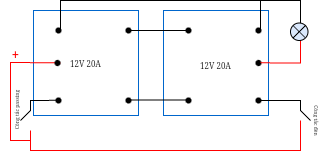
The draw.io diagram Biểu đồ không có tiêu đề.drawio.png in Manh-vietnamese/ddos, before a commit. Source tidied: cells renumbered, new cells last; positions are measured from the earlier drawing's top-left corner, leaving out a move shared by most shapes.
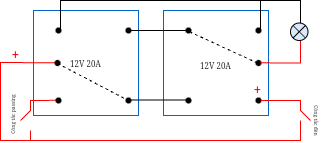
The same diagram one commit later.

Diff of the diagram source:
```diff
@@ -2,142 +2,163 @@
   <root>
     <mxCell id="0" />
     <mxCell id="1" parent="0" />
+    <mxCell id="29" style="group;" parent="1" vertex="1">
+      <mxGeometry x="-348" y="10" width="320" height="141.5" as="geometry" />
+    </mxCell>
-    <mxCell id="2" value="&lt;span style=&quot;font-size: 8px; font-family: &amp;quot;Times New Roman&amp;quot;; background-color: initial;&quot;&gt;12V 20A&lt;/span&gt;" style="whiteSpace=wrap;html=1;labelBackgroundColor=none;strokeColor=#0066CC;" parent="1" vertex="1">
-      <mxGeometry x="45" y="10" width="105" height="105" as="geometry" />
+    <mxCell id="2" value="&lt;span style=&quot;font-size: 8px; font-family: &amp;quot;Times New Roman&amp;quot;; background-color: initial;&quot;&gt;12V 20A&lt;/span&gt;" style="whiteSpace=wrap;html=1;labelBackgroundColor=none;strokeColor=#0066CC;" parent="29" vertex="1">
+      <mxGeometry x="33" y="10" width="105" height="105" as="geometry" />
     </mxCell>
-    <mxCell id="3" style="shape=waypoint;sketch=0;fillStyle=solid;size=6;points=[];fillColor=none;perimeter=centerPerimeter;snapToPoint=1;labelBackgroundColor=none;" parent="1" vertex="1">
-      <mxGeometry x="130" y="20" width="20" height="20" as="geometry" />
+    <mxCell id="3" style="shape=waypoint;sketch=0;fillStyle=solid;size=6;points=[];fillColor=none;perimeter=centerPerimeter;snapToPoint=1;labelBackgroundColor=none;" parent="29" vertex="1">
+      <mxGeometry x="118" y="20" width="20" height="20" as="geometry" />
     </mxCell>
-    <mxCell id="4" style="shape=waypoint;sketch=0;fillStyle=solid;size=6;fillColor=none;perimeter=centerPerimeter;labelBackgroundColor=none;" parent="1" vertex="1">
-      <mxGeometry x="60" y="20" width="20" height="20" as="geometry" />
+    <mxCell id="4" style="shape=waypoint;sketch=0;fillStyle=solid;size=6;fillColor=none;perimeter=centerPerimeter;labelBackgroundColor=none;" parent="29" vertex="1">
+      <mxGeometry x="48" y="20" width="20" height="20" as="geometry" />
     </mxCell>
-    <mxCell id="5" style="shape=waypoint;sketch=0;size=6;fillColor=none;perimeter=centerPerimeter;labelBackgroundColor=none;" parent="1" vertex="1">
-      <mxGeometry x="130" y="90" width="20" height="20" as="geometry" />
+    <mxCell id="5" style="shape=waypoint;sketch=0;size=6;fillColor=none;perimeter=centerPerimeter;labelBackgroundColor=none;" parent="29" vertex="1">
+      <mxGeometry x="118" y="90" width="20" height="20" as="geometry" />
     </mxCell>
-    <mxCell id="6" value="&lt;h4&gt;&lt;/h4&gt;&lt;h1&gt;&lt;pre&gt;&lt;h6&gt;&lt;p&gt;&lt;/p&gt;&lt;p style=&quot;&quot;&gt;&lt;span style=&quot;font-size: 8px; font-weight: normal; font-family: &amp;quot;Times New Roman&amp;quot;; background-color: initial; white-space: normal;&quot;&gt;12V 20A&lt;/span&gt;&lt;br&gt;&lt;/p&gt;&lt;p&gt;&lt;/p&gt;&lt;/h6&gt;&lt;/pre&gt;&lt;/h1&gt;" style="whiteSpace=wrap;html=1;labelBackgroundColor=none;fillColor=default;strokeColor=#0066CC;" parent="1" vertex="1">
-      <mxGeometry x="175" y="10" width="105" height="105" as="geometry" />
+    <mxCell id="6" value="&lt;h4&gt;&lt;/h4&gt;&lt;h1&gt;&lt;pre&gt;&lt;h6&gt;&lt;p&gt;&lt;/p&gt;&lt;p style=&quot;&quot;&gt;&lt;span style=&quot;font-size: 8px; font-weight: normal; font-family: &amp;quot;Times New Roman&amp;quot;; background-color: initial; white-space: normal;&quot;&gt;12V 20A&lt;/span&gt;&lt;br&gt;&lt;/p&gt;&lt;p&gt;&lt;/p&gt;&lt;/h6&gt;&lt;/pre&gt;&lt;/h1&gt;" style="whiteSpace=wrap;html=1;labelBackgroundColor=none;fillColor=default;strokeColor=#0066CC;" parent="29" vertex="1">
+      <mxGeometry x="163" y="10" width="105" height="105" as="geometry" />
     </mxCell>
-    <mxCell id="7" style="shape=waypoint;sketch=0;fillStyle=solid;size=6;fillColor=none;perimeter=centerPerimeter;labelBackgroundColor=none;" parent="1" vertex="1">
-      <mxGeometry x="260" y="20" width="20" height="20" as="geometry" />
+    <mxCell id="7" style="shape=waypoint;sketch=0;fillStyle=solid;size=6;fillColor=none;perimeter=centerPerimeter;labelBackgroundColor=none;" parent="29" vertex="1">
+      <mxGeometry x="248" y="20" width="20" height="20" as="geometry" />
     </mxCell>
-    <mxCell id="8" style="shape=waypoint;sketch=0;fillStyle=solid;size=6;points=[];fillColor=none;perimeter=centerPerimeter;snapToPoint=1;labelBackgroundColor=none;" parent="1" vertex="1">
-      <mxGeometry x="190" y="20" width="20" height="20" as="geometry" />
+    <mxCell id="8" style="shape=waypoint;sketch=0;fillStyle=solid;size=6;points=[];fillColor=none;perimeter=centerPerimeter;snapToPoint=1;labelBackgroundColor=none;" parent="29" vertex="1">
+      <mxGeometry x="178" y="20" width="20" height="20" as="geometry" />
     </mxCell>
-    <mxCell id="9" style="shape=waypoint;sketch=0;size=6;fillColor=none;perimeter=centerPerimeter;labelBackgroundColor=none;" parent="1" vertex="1">
-      <mxGeometry x="190" y="90" width="20" height="20" as="geometry" />
+    <mxCell id="9" style="shape=waypoint;sketch=0;size=6;fillColor=none;perimeter=centerPerimeter;labelBackgroundColor=none;" parent="29" vertex="1">
+      <mxGeometry x="178" y="90" width="20" height="20" as="geometry" />
     </mxCell>
-    <mxCell id="10" style="shape=waypoint;sketch=0;size=6;fillColor=none;perimeter=centerPerimeter;labelBackgroundColor=none;" parent="1" vertex="1">
-      <mxGeometry x="260" y="90" width="20" height="20" as="geometry" />
+    <mxCell id="10" style="shape=waypoint;sketch=0;size=6;fillColor=none;perimeter=centerPerimeter;labelBackgroundColor=none;" parent="29" vertex="1">
+      <mxGeometry x="248" y="90" width="20" height="20" as="geometry" />
     </mxCell>
-    <mxCell id="11" style="shape=waypoint;sketch=0;size=6;fillColor=none;perimeter=centerPerimeter;labelBackgroundColor=none;" parent="1" vertex="1">
-      <mxGeometry x="260" y="52.5" width="20" height="20" as="geometry" />
+    <mxCell id="11" style="shape=waypoint;sketch=0;size=6;fillColor=none;perimeter=centerPerimeter;labelBackgroundColor=none;" parent="29" vertex="1">
+      <mxGeometry x="248" y="52.5" width="20" height="20" as="geometry" />
     </mxCell>
-    <mxCell id="12" style="endArrow=none;html=1;rounded=0;exitX=0.1;exitY=0.5;exitDx=0;exitDy=0;exitPerimeter=0;entryX=0.1;entryY=0.5;entryDx=0;entryDy=0;entryPerimeter=0;strokeColor=#000000;" parent="1" edge="1" source="3" target="8">
+    <mxCell id="12" style="endArrow=none;html=1;rounded=0;exitX=0.1;exitY=0.5;exitDx=0;exitDy=0;exitPerimeter=0;entryX=0.1;entryY=0.5;entryDx=0;entryDy=0;entryPerimeter=0;strokeColor=#000000;" parent="29" edge="1" source="3" target="8">
       <mxGeometry relative="1" as="geometry">
         <Array as="points">
-          <mxPoint x="172" y="30" />
+          <mxPoint x="160" y="30" />
         </Array>
       </mxGeometry>
     </mxCell>
-    <mxCell id="13" style="endArrow=none;html=1;rounded=0;exitX=0.1;exitY=0.5;exitDx=0;exitDy=0;exitPerimeter=0;entryX=0.1;entryY=0.5;entryDx=0;entryDy=0;entryPerimeter=0;strokeColor=#000000;" parent="1" edge="1">
+    <mxCell id="13" style="endArrow=none;html=1;rounded=0;exitX=0.1;exitY=0.5;exitDx=0;exitDy=0;exitPerimeter=0;entryX=0.1;entryY=0.5;entryDx=0;entryDy=0;entryPerimeter=0;strokeColor=#000000;" parent="29" edge="1">
       <mxGeometry relative="1" as="geometry">
-        <mxPoint x="142" y="99.6" as="sourcePoint" />
-        <mxPoint x="202" y="99.6" as="targetPoint" />
+        <mxPoint x="130" y="99.6" as="sourcePoint" />
+        <mxPoint x="190" y="99.6" as="targetPoint" />
         <Array as="points">
-          <mxPoint x="174" y="99.6" />
+          <mxPoint x="162" y="99.6" />
         </Array>
       </mxGeometry>
     </mxCell>
-    <mxCell id="14" style="endArrow=none;html=1;rounded=0;strokeColor=#FF0000;" parent="1" edge="1">
+    <mxCell id="14" style="endArrow=none;html=1;rounded=0;strokeColor=#FF0000;" parent="29" edge="1">
       <mxGeometry relative="1" as="geometry">
-        <mxPoint x="272" y="62.3" as="sourcePoint" />
-        <mxPoint x="312" y="40" as="targetPoint" />
+        <mxPoint x="260" y="62.3" as="sourcePoint" />
+        <mxPoint x="300" y="40" as="targetPoint" />
         <Array as="points">
-          <mxPoint x="312" y="62.5" />
+          <mxPoint x="300" y="62.5" />
         </Array>
       </mxGeometry>
     </mxCell>
-    <mxCell id="15" style="endArrow=none;html=1;rounded=0;" parent="1" edge="1">
+    <mxCell id="15" style="endArrow=none;html=1;rounded=0;" parent="29" edge="1">
       <mxGeometry relative="1" as="geometry">
-        <mxPoint x="72" y="30" as="sourcePoint" />
-        <mxPoint x="312" y="30" as="targetPoint" />
+        <mxPoint x="60" y="30" as="sourcePoint" />
+        <mxPoint x="300" y="30" as="targetPoint" />
         <Array as="points">
-          <mxPoint x="72" />
-          <mxPoint x="282" />
-          <mxPoint x="312" />
-          <mxPoint x="312" y="20" />
+          <mxPoint x="60" />
+          <mxPoint x="270" />
+          <mxPoint x="300" />
+          <mxPoint x="300" y="20" />
         </Array>
       </mxGeometry>
     </mxCell>
-    <mxCell id="16" style="endArrow=none;html=1;rounded=0;" parent="1" edge="1">
+    <mxCell id="16" style="endArrow=none;html=1;rounded=0;" parent="29" edge="1">
       <mxGeometry relative="1" as="geometry">
-        <mxPoint x="272" as="sourcePoint" />
-        <mxPoint x="272" y="30" as="targetPoint" />
+        <mxPoint x="260" as="sourcePoint" />
+        <mxPoint x="260" y="30" as="targetPoint" />
       </mxGeometry>
     </mxCell>
-    <mxCell id="17" style="ellipse;whiteSpace=wrap;html=1;strokeColor=#000000;fillColor=#dae8fc;" parent="1" vertex="1">
-      <mxGeometry x="302" y="22.5" width="17.5" height="17.5" as="geometry" />
+    <mxCell id="17" style="ellipse;whiteSpace=wrap;html=1;strokeColor=#000000;fillColor=#dae8fc;" parent="29" vertex="1">
+      <mxGeometry x="290" y="22.5" width="17.5" height="17.5" as="geometry" />
     </mxCell>
-    <mxCell id="18" style="endArrow=none;html=1;rounded=0;exitX=0;exitY=1;exitDx=0;exitDy=0;entryX=1;entryY=0;entryDx=0;entryDy=0;" parent="1" edge="1" source="17" target="17">
+    <mxCell id="18" style="endArrow=none;html=1;rounded=0;exitX=0;exitY=1;exitDx=0;exitDy=0;entryX=1;entryY=0;entryDx=0;entryDy=0;" parent="29" edge="1" source="17" target="17">
       <mxGeometry relative="1" as="geometry" />
     </mxCell>
-    <mxCell id="19" style="endArrow=none;html=1;rounded=0;entryX=1;entryY=1;entryDx=0;entryDy=0;exitX=0;exitY=0;exitDx=0;exitDy=0;" parent="1" edge="1" source="17" target="17">
+    <mxCell id="19" style="endArrow=none;html=1;rounded=0;entryX=1;entryY=1;entryDx=0;entryDy=0;exitX=0;exitY=0;exitDx=0;exitDy=0;" parent="29" edge="1" source="17" target="17">
       <mxGeometry relative="1" as="geometry" />
     </mxCell>
-    <mxCell id="20" style="endArrow=none;html=1;rounded=0;strokeColor=#000000;" parent="1" edge="1">
-      <mxGeometry relative="1" as="geometry">
-        <mxPoint x="32" y="120" as="sourcePoint" />
-        <mxPoint x="72" y="99.8" as="targetPoint" />
-        <Array as="points">
-          <mxPoint x="42" y="110" />
-          <mxPoint x="42" y="100" />
-        </Array>
-      </mxGeometry>
-    </mxCell>
-    <mxCell id="21" style="shape=waypoint;sketch=0;size=6;fillColor=none;perimeter=centerPerimeter;labelBackgroundColor=none;" parent="1" vertex="1">
-      <mxGeometry x="60" y="90" width="20" height="20" as="geometry" />
-    </mxCell>
-    <mxCell id="22" style="endArrow=none;html=1;rounded=0;strokeColor=#FF0000;" parent="1" edge="1">
+    <mxCell id="22" style="endArrow=none;html=1;rounded=0;strokeColor=#FF0000;" parent="29" edge="1">
       <mxGeometry relative="1" as="geometry">
-        <mxPoint x="42" y="140" as="sourcePoint" />
-        <mxPoint x="72" y="62.3" as="targetPoint" />
+        <mxPoint x="30" y="140" as="sourcePoint" />
+        <mxPoint x="60" y="62.3" as="targetPoint" />
         <Array as="points">
-          <mxPoint x="22" y="140" />
-          <mxPoint x="22" y="62" />
+          <mxPoint y="140" />
+          <mxPoint y="62" />
         </Array>
       </mxGeometry>
     </mxCell>
-    <mxCell id="23" style="shape=waypoint;sketch=0;size=6;fillColor=none;perimeter=centerPerimeter;labelBackgroundColor=none;" parent="1" vertex="1">
-      <mxGeometry x="60" y="52.5" width="18" height="20" as="geometry" />
+    <mxCell id="23" style="shape=waypoint;sketch=0;size=6;fillColor=none;perimeter=centerPerimeter;labelBackgroundColor=none;" parent="29" vertex="1">
+      <mxGeometry x="48" y="52.5" width="18" height="20" as="geometry" />
     </mxCell>
-    <mxCell id="24" value="&lt;font color=&quot;#ff0000&quot;&gt;+&lt;/font&gt;" style="text;html=1;align=center;verticalAlign=middle;strokeColor=none;fillColor=none;" parent="1" vertex="1">
-      <mxGeometry x="12" y="40" width="30" height="30" as="geometry" />
+    <mxCell id="24" value="&lt;font color=&quot;#ff0000&quot;&gt;+&lt;/font&gt;" style="text;html=1;align=center;verticalAlign=middle;strokeColor=none;fillColor=none;" parent="29" vertex="1">
+      <mxGeometry y="40" width="30" height="30" as="geometry" />
     </mxCell>
-    <mxCell id="25" style="endArrow=none;html=1;rounded=0;strokeColor=#FF0000;" parent="1" edge="1">
+    <mxCell id="25" style="endArrow=none;html=1;rounded=0;strokeColor=#FF0000;" parent="29" edge="1">
       <mxGeometry relative="1" as="geometry">
-        <mxPoint x="312" y="120" as="sourcePoint" />
-        <mxPoint x="42" y="130" as="targetPoint" />
+        <mxPoint x="300" y="120" as="sourcePoint" />
+        <mxPoint x="30" y="130" as="targetPoint" />
         <Array as="points">
-          <mxPoint x="312" y="150" />
-          <mxPoint x="42" y="150" />
+          <mxPoint x="300" y="140" />
+          <mxPoint x="30" y="140" />
         </Array>
       </mxGeometry>
     </mxCell>
-    <mxCell id="26" style="endArrow=none;html=1;rounded=0;" parent="1" edge="1">
+    <mxCell id="26" style="endArrow=none;html=1;rounded=0;strokeColor=#FF0000;" parent="29" edge="1">
       <mxGeometry relative="1" as="geometry">
-        <mxPoint x="272" y="100" as="sourcePoint" />
-        <mxPoint x="322" y="120" as="targetPoint" />
+        <mxPoint x="260" y="100" as="sourcePoint" />
+        <mxPoint x="310" y="120" as="targetPoint" />
         <Array as="points">
-          <mxPoint x="312" y="100" />
-          <mxPoint x="312" y="110" />
+          <mxPoint x="300" y="100" />
+          <mxPoint x="300" y="110" />
         </Array>
       </mxGeometry>
     </mxCell>
+    <mxCell id="28" value="&lt;span style=&quot;font-size: 5px; font-family: &amp;quot;Times New Roman&amp;quot;; background-color: initial;&quot;&gt;&lt;font&gt;Công tắc đèn&lt;/font&gt;&lt;/span&gt;" style="whiteSpace=wrap;html=1;fillColor=none;strokeColor=none;rotation=90;fontColor=default;" parent="29" vertex="1">
+      <mxGeometry x="297.5" y="117.5" width="40" height="5" as="geometry" />
+    </mxCell>
+    <mxCell id="30" style="endArrow=none;dashed=1;html=1;rounded=0;" parent="29" edge="1">
+      <mxGeometry relative="1" as="geometry">
+        <mxPoint x="57" y="63" as="sourcePoint" />
+        <mxPoint x="128" y="100" as="targetPoint" />
+      </mxGeometry>
+    </mxCell>
+    <mxCell id="31" style="endArrow=none;dashed=1;html=1;rounded=0;" parent="29" edge="1">
+      <mxGeometry relative="1" as="geometry">
+        <mxPoint x="189" y="31.2" as="sourcePoint" />
+        <mxPoint x="258" y="63" as="targetPoint" />
+      </mxGeometry>
+    </mxCell>
+    <mxCell id="32" value="&lt;font color=&quot;#ff0000&quot;&gt;+&lt;/font&gt;" style="text;html=1;align=center;verticalAlign=middle;strokeColor=none;fillColor=none;" parent="29" vertex="1">
+      <mxGeometry x="242" y="75" width="30" height="30" as="geometry" />
+    </mxCell>
+    <mxCell id="33" style="group;" parent="29" vertex="1">
+      <mxGeometry x="5.5" y="86.5" width="62.5" height="55" as="geometry" />
+    </mxCell>
+    <mxCell id="20" style="endArrow=none;html=1;rounded=0;strokeColor=#FF0000;" parent="33" edge="1">
+      <mxGeometry relative="1" as="geometry">
+        <mxPoint x="14.5" y="33.5" as="sourcePoint" />
+        <mxPoint x="54.5" y="13.3" as="targetPoint" />
+        <Array as="points">
+          <mxPoint x="24.5" y="23.5" />
+          <mxPoint x="24.5" y="13.5" />
+        </Array>
+      </mxGeometry>
+    </mxCell>
+    <mxCell id="21" style="shape=waypoint;sketch=0;size=6;fillColor=none;perimeter=centerPerimeter;labelBackgroundColor=none;" parent="33" vertex="1">
+      <mxGeometry x="42.5" y="3.5" width="20" height="20" as="geometry" />
+    </mxCell>
-    <mxCell id="27" value="&lt;span style=&quot;font-size: 5px; font-family: &amp;quot;Times New Roman&amp;quot;; background-color: initial;&quot;&gt;Công tắc passing&lt;/span&gt;" style="whiteSpace=wrap;html=1;rotation=-90;strokeColor=none;fillColor=none;strokeWidth=0;" parent="1" vertex="1">
-      <mxGeometry x="-0.5" y="105" width="55" height="10" as="geometry" />
+    <mxCell id="27" value="&lt;span style=&quot;font-size: 5px; font-family: &amp;quot;Times New Roman&amp;quot;; background-color: initial;&quot;&gt;Công tắc passing&lt;/span&gt;" style="whiteSpace=wrap;html=1;rotation=-90;strokeColor=none;fillColor=none;strokeWidth=0;" parent="33" vertex="1">
+      <mxGeometry x="-22.5" y="22.5" width="55" height="10" as="geometry" />
     </mxCell>
-    <mxCell id="28" value="&lt;span style=&quot;font-size: 5px; font-family: &amp;quot;Times New Roman&amp;quot;; background-color: initial;&quot;&gt;&lt;font&gt;Công tắc đèn&lt;/font&gt;&lt;/span&gt;" style="whiteSpace=wrap;html=1;fillColor=none;strokeColor=none;rotation=90;fontColor=default;" parent="1" vertex="1">
-      <mxGeometry x="309.5" y="117.5" width="40" height="5" as="geometry" />
-    </mxCell>
   </root>
 </mxGraphModel>
```
